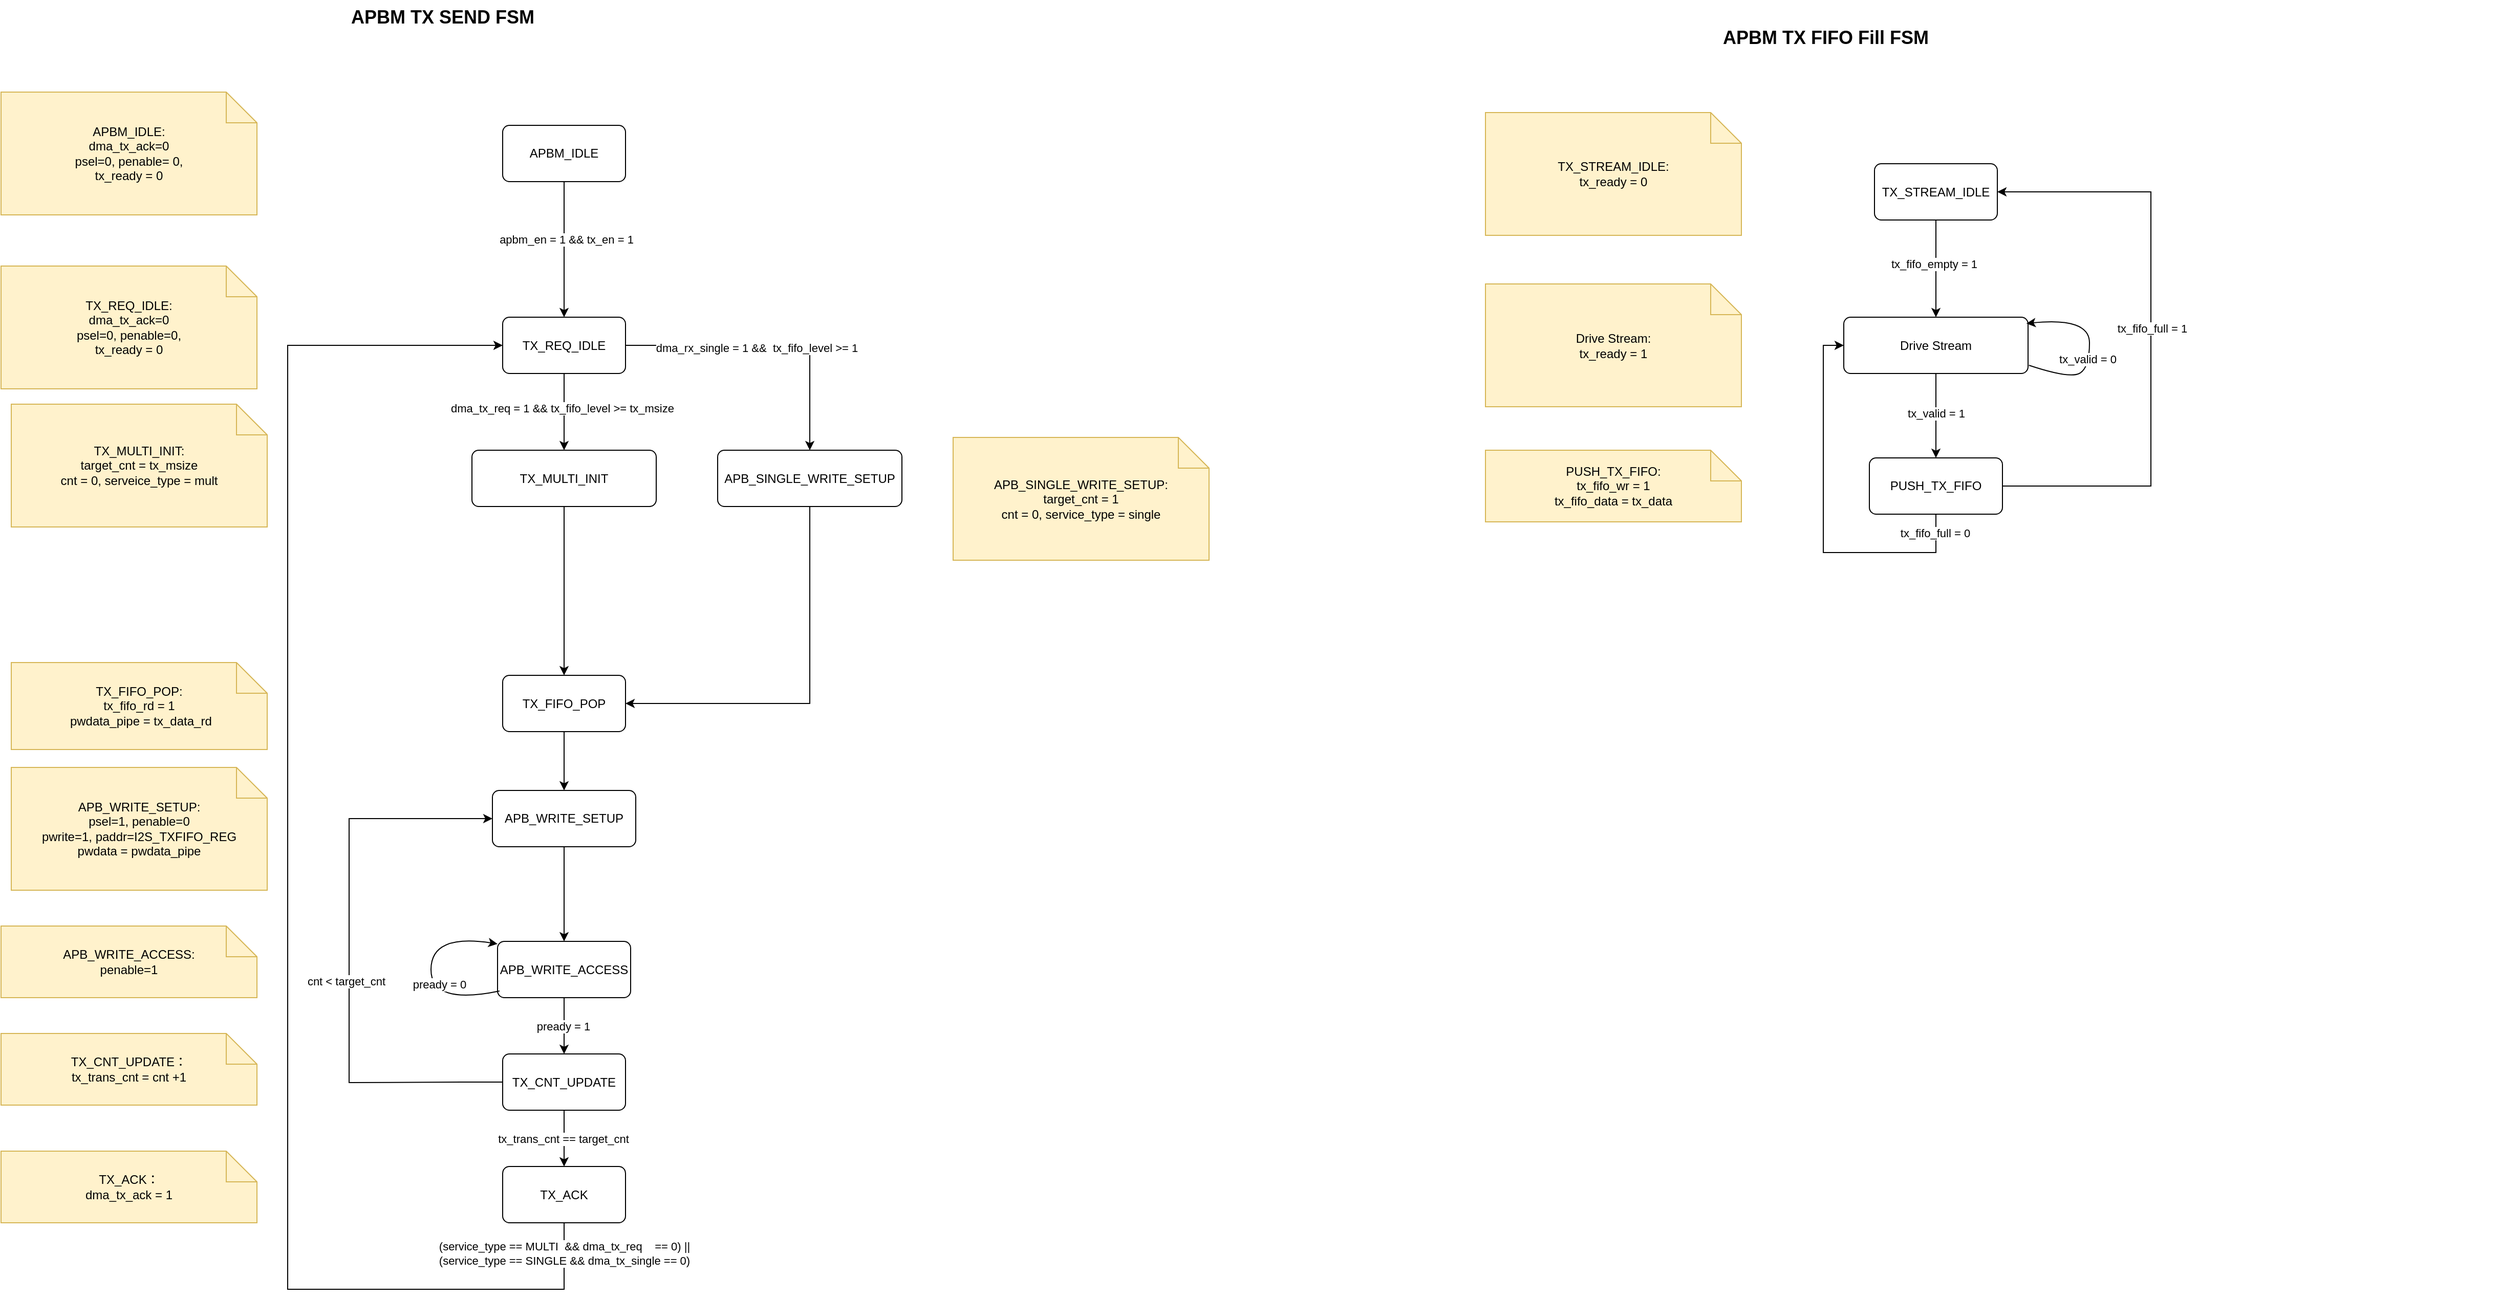
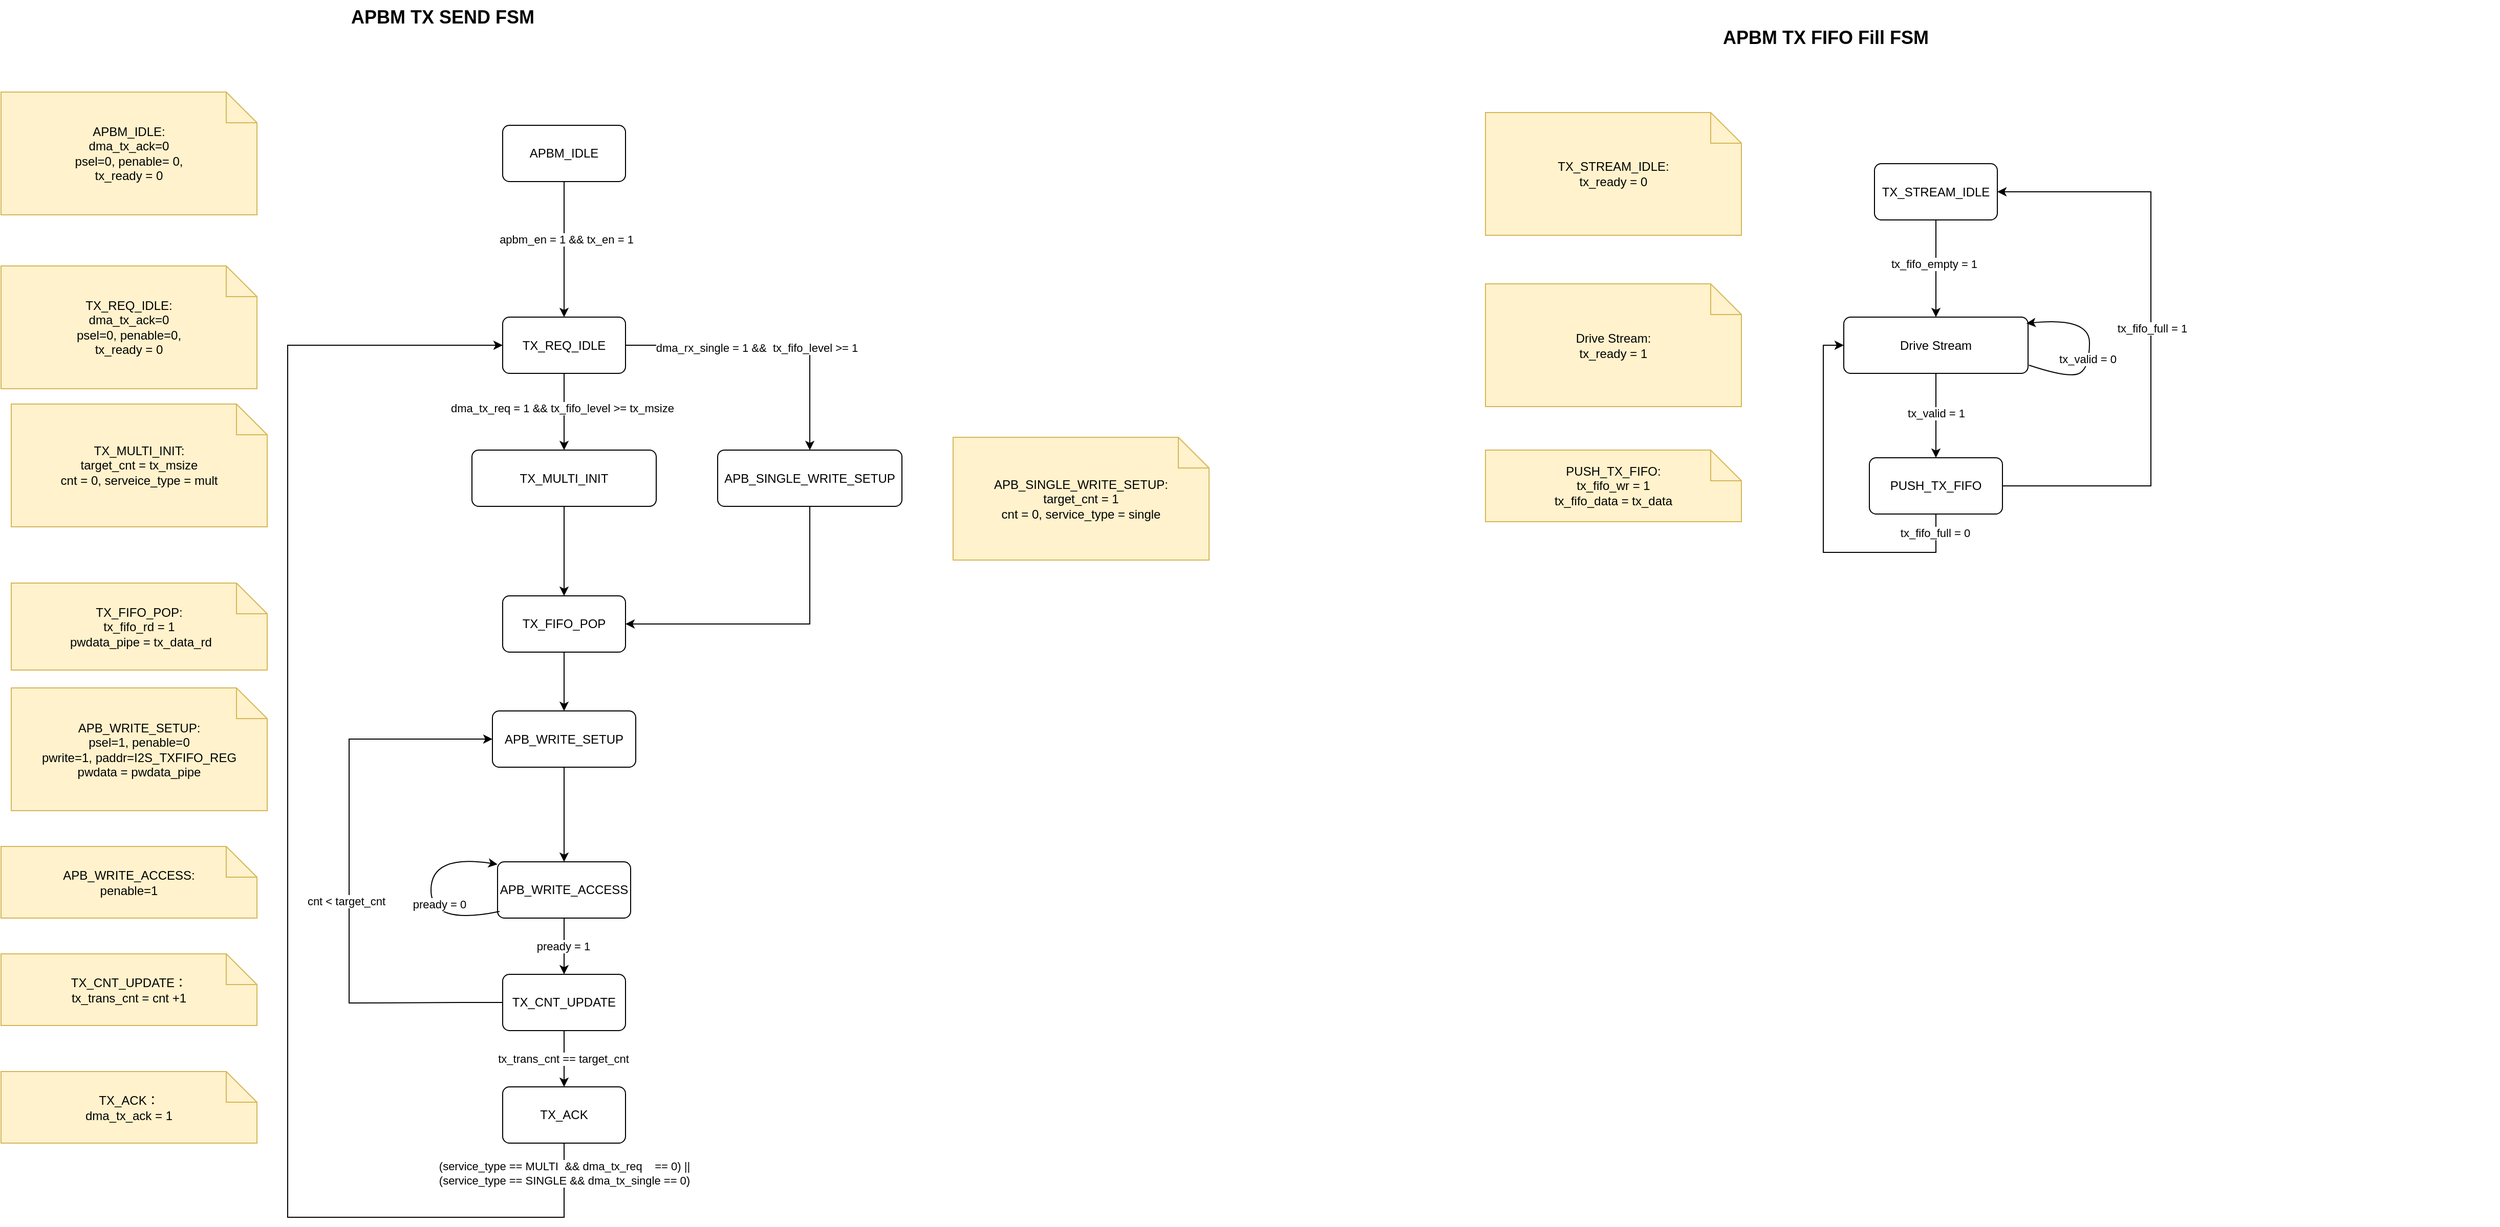
<mxfile host="app.diagrams.net">
  <diagram name="第 1 页" id="fH5n9Me7nUtPE_JYtTzi">
-     <mxGraphModel dx="860" dy="486" grid="1" gridSize="10" guides="1" tooltips="1" connect="1" arrows="1" fold="1" page="1" pageScale="1" pageWidth="827" pageHeight="1169" math="0" shadow="0">
+     <mxGraphModel dx="1935" dy="1093" grid="1" gridSize="10" guides="1" tooltips="1" connect="1" arrows="1" fold="1" page="1" pageScale="1" pageWidth="827" pageHeight="1169" math="0" shadow="0">
      <root>
        <mxCell id="0" />
        <mxCell id="1" parent="0" />
        <mxCell id="Ly1VW1kiYANL2SHkxWqd-1" parent="1" style="text;html=1;strokeColor=none;fillColor=none;fontSize=18;fontStyle=1;" value="APBM TX SEND FSM&amp;nbsp;&amp;nbsp;" vertex="1">
          <mxGeometry height="40" width="760" x="810" y="130" as="geometry" />
        </mxCell>
        <mxCell id="Ly1VW1kiYANL2SHkxWqd-2" parent="1" style="rounded=1;whiteSpace=wrap;html=1;arcSize=12;fillColor=#ffffff;strokeColor=#000000;" value="TX_REQ_IDLE" vertex="1">
          <mxGeometry height="55" width="120" x="960" y="440" as="geometry" />
        </mxCell>
        <mxCell id="Ly1VW1kiYANL2SHkxWqd-3" parent="1" style="rounded=1;whiteSpace=wrap;html=1;arcSize=12;fillColor=#ffffff;strokeColor=#000000;" value="APB_WRITE_SETUP" vertex="1">
-           <mxGeometry height="55" width="140" x="950" y="902.5" as="geometry" />
+           <mxGeometry height="55" width="140" x="950" y="825" as="geometry" />
        </mxCell>
        <mxCell id="Ly1VW1kiYANL2SHkxWqd-4" edge="1" parent="1" source="Ly1VW1kiYANL2SHkxWqd-2" style="endArrow=classic;html=1;rounded=0;exitX=0.5;exitY=1;exitDx=0;exitDy=0;entryX=0.5;entryY=0;entryDx=0;entryDy=0;" target="Ly1VW1kiYANL2SHkxWqd-40" value="">
          <mxGeometry height="50" relative="1" width="50" as="geometry">
            <mxPoint x="1040" y="560" as="sourcePoint" />
            <mxPoint x="1020" y="570" as="targetPoint" />
          </mxGeometry>
        </mxCell>
        <mxCell id="Ly1VW1kiYANL2SHkxWqd-5" connectable="0" parent="Ly1VW1kiYANL2SHkxWqd-4" style="edgeLabel;html=1;align=center;verticalAlign=middle;resizable=0;points=[];" value="dma_tx_req = 1 &amp;amp;&amp;amp; tx_fifo_level &amp;gt;= tx_msize" vertex="1">
          <mxGeometry relative="1" x="-0.0927" y="-2" as="geometry">
            <mxPoint as="offset" />
          </mxGeometry>
        </mxCell>
        <mxCell id="Ly1VW1kiYANL2SHkxWqd-6" parent="1" style="shape=note;whiteSpace=wrap;html=1;fillColor=#fff2cc;strokeColor=#d6b656;" value="APB_WRITE_SETUP:&lt;div&gt;psel=1, penable=0&lt;br&gt;pwrite=1, paddr=I2S_TXFIFO_REG&lt;/div&gt;&lt;div&gt;pwdata = pwdata_pipe&lt;/div&gt;" vertex="1">
-           <mxGeometry height="120" width="250" x="480" y="880" as="geometry" />
+           <mxGeometry height="120" width="250" x="480" y="802.5" as="geometry" />
        </mxCell>
        <mxCell id="Ly1VW1kiYANL2SHkxWqd-7" parent="1" style="rounded=1;whiteSpace=wrap;html=1;arcSize=12;fillColor=#ffffff;strokeColor=#000000;" value="APB_WRITE_ACCESS" vertex="1">
-           <mxGeometry height="55" width="130" x="955" y="1050" as="geometry" />
+           <mxGeometry height="55" width="130" x="955" y="972.5" as="geometry" />
        </mxCell>
        <mxCell id="Ly1VW1kiYANL2SHkxWqd-8" edge="1" parent="1" source="Ly1VW1kiYANL2SHkxWqd-3" style="endArrow=classic;html=1;rounded=0;exitX=0.5;exitY=1;exitDx=0;exitDy=0;entryX=0.5;entryY=0;entryDx=0;entryDy=0;" target="Ly1VW1kiYANL2SHkxWqd-7" value="">
          <mxGeometry height="50" relative="1" width="50" as="geometry">
-             <mxPoint x="1030" y="1032.5" as="sourcePoint" />
-             <mxPoint x="1080" y="982.5" as="targetPoint" />
+             <mxPoint x="1030" y="955" as="sourcePoint" />
+             <mxPoint x="1080" y="905" as="targetPoint" />
          </mxGeometry>
        </mxCell>
        <mxCell id="Ly1VW1kiYANL2SHkxWqd-9" parent="1" style="shape=note;whiteSpace=wrap;html=1;fillColor=#fff2cc;strokeColor=#d6b656;" value="APB_WRITE_ACCESS:&lt;br&gt;penable=1" vertex="1">
-           <mxGeometry height="70" width="250" x="470" y="1035" as="geometry" />
+           <mxGeometry height="70" width="250" x="470" y="957.5" as="geometry" />
        </mxCell>
        <mxCell id="Ly1VW1kiYANL2SHkxWqd-10" edge="1" parent="1" source="Ly1VW1kiYANL2SHkxWqd-7" style="curved=1;endArrow=classic;html=1;rounded=0;exitX=0.015;exitY=0.881;exitDx=0;exitDy=0;entryX=0;entryY=0;entryDx=0;entryDy=0;exitPerimeter=0;" value="">
          <mxGeometry height="50" relative="1" width="50" as="geometry">
            <Array as="points">
-               <mxPoint x="890" y="1112.5" />
-               <mxPoint x="890" y="1042.5" />
-             </Array>
-             <mxPoint x="955" y="1107.5" as="sourcePoint" />
-             <mxPoint x="955" y="1052.5" as="targetPoint" />
+               <mxPoint x="890" y="1035" />
+               <mxPoint x="890" y="965" />
+             </Array>
+             <mxPoint x="955" y="1030" as="sourcePoint" />
+             <mxPoint x="955" y="975" as="targetPoint" />
          </mxGeometry>
        </mxCell>
        <mxCell id="Ly1VW1kiYANL2SHkxWqd-11" connectable="0" parent="Ly1VW1kiYANL2SHkxWqd-10" style="edgeLabel;html=1;align=center;verticalAlign=middle;resizable=0;points=[];" value="pready = 0" vertex="1">
          <mxGeometry relative="1" x="-0.1215" y="-8" as="geometry">
            <mxPoint as="offset" />
          </mxGeometry>
        </mxCell>
        <mxCell id="Ly1VW1kiYANL2SHkxWqd-13" edge="1" parent="1" source="Ly1VW1kiYANL2SHkxWqd-7" style="endArrow=classic;html=1;rounded=0;exitX=0.5;exitY=1;exitDx=0;exitDy=0;entryX=0.5;entryY=0;entryDx=0;entryDy=0;" target="Ly1VW1kiYANL2SHkxWqd-47" value="">
          <mxGeometry height="50" relative="1" width="50" as="geometry">
-             <mxPoint x="1010" y="1182.5" as="sourcePoint" />
-             <mxPoint x="1020" y="1150" as="targetPoint" />
+             <mxPoint x="1010" y="1105" as="sourcePoint" />
+             <mxPoint x="1020" y="1072.5" as="targetPoint" />
          </mxGeometry>
        </mxCell>
        <mxCell id="Ly1VW1kiYANL2SHkxWqd-14" connectable="0" parent="Ly1VW1kiYANL2SHkxWqd-13" style="edgeLabel;html=1;align=center;verticalAlign=middle;resizable=0;points=[];" value="pready = 1" vertex="1">
          <mxGeometry relative="1" x="0.0089" y="-1" as="geometry">
            <mxPoint as="offset" />
          </mxGeometry>
        </mxCell>
        <mxCell id="Ly1VW1kiYANL2SHkxWqd-16" parent="1" style="rounded=1;whiteSpace=wrap;html=1;arcSize=12;fillColor=#ffffff;strokeColor=#000000;" value="TX_ACK" vertex="1">
-           <mxGeometry height="55" width="120" x="960" y="1270" as="geometry" />
+           <mxGeometry height="55" width="120" x="960" y="1192.5" as="geometry" />
        </mxCell>
        <mxCell id="Ly1VW1kiYANL2SHkxWqd-17" edge="1" parent="1" source="Ly1VW1kiYANL2SHkxWqd-47" style="endArrow=classic;html=1;rounded=0;exitX=0.5;exitY=1;exitDx=0;exitDy=0;entryX=0.5;entryY=0;entryDx=0;entryDy=0;" target="Ly1VW1kiYANL2SHkxWqd-16" value="">
          <mxGeometry height="50" relative="1" width="50" as="geometry">
-             <mxPoint x="1150.3600000000001" y="1105" as="sourcePoint" />
-             <mxPoint x="1150" y="1140" as="targetPoint" />
+             <mxPoint x="1150.3600000000001" y="1027.5" as="sourcePoint" />
+             <mxPoint x="1150" y="1062.5" as="targetPoint" />
          </mxGeometry>
        </mxCell>
        <mxCell id="Ly1VW1kiYANL2SHkxWqd-18" connectable="0" parent="Ly1VW1kiYANL2SHkxWqd-17" style="edgeLabel;html=1;align=center;verticalAlign=middle;resizable=0;points=[];" value="tx_trans_cnt == target_cnt" vertex="1">
          <mxGeometry relative="1" x="0.0089" y="-1" as="geometry">
            <mxPoint as="offset" />
          </mxGeometry>
        </mxCell>
        <mxCell id="Ly1VW1kiYANL2SHkxWqd-19" parent="1" style="shape=note;whiteSpace=wrap;html=1;fillColor=#fff2cc;strokeColor=#d6b656;" value="TX_ACK：&lt;div&gt;dma_tx_ack = 1&lt;/div&gt;" vertex="1">
-           <mxGeometry height="70" width="250" x="470" y="1255" as="geometry" />
+           <mxGeometry height="70" width="250" x="470" y="1177.5" as="geometry" />
        </mxCell>
        <mxCell id="Ly1VW1kiYANL2SHkxWqd-20" parent="1" style="shape=note;whiteSpace=wrap;html=1;fillColor=#fff2cc;strokeColor=#d6b656;" value="TX_REQ_IDLE:&lt;div&gt;dma_tx_ack=0&lt;/div&gt;&lt;div&gt;psel=0, penable=0,&lt;br&gt;&lt;/div&gt;&lt;div&gt;tx_ready = 0&lt;br&gt;&lt;/div&gt;" vertex="1">
          <mxGeometry height="120" width="250" x="470" y="390" as="geometry" />
        </mxCell>
        <mxCell id="Ly1VW1kiYANL2SHkxWqd-21" edge="1" parent="1" source="Ly1VW1kiYANL2SHkxWqd-16" style="endArrow=classic;html=1;rounded=0;exitX=0.5;exitY=1;exitDx=0;exitDy=0;edgeStyle=orthogonalEdgeStyle;entryX=0;entryY=0.5;entryDx=0;entryDy=0;" target="Ly1VW1kiYANL2SHkxWqd-2" value="">
          <mxGeometry height="50" relative="1" width="50" as="geometry">
            <Array as="points">
-               <mxPoint x="1020" y="1390" />
-               <mxPoint x="750" y="1390" />
-               <mxPoint x="750" y="467" />
+               <mxPoint x="1020" y="1320" />
+               <mxPoint x="750" y="1320" />
+               <mxPoint x="750" y="468" />
            </Array>
            <mxPoint x="909.95" y="1052.5" as="sourcePoint" />
            <mxPoint x="850" y="465" as="targetPoint" />
          </mxGeometry>
        </mxCell>
        <mxCell id="Ly1VW1kiYANL2SHkxWqd-22" connectable="0" parent="Ly1VW1kiYANL2SHkxWqd-21" style="edgeLabel;html=1;align=center;verticalAlign=middle;resizable=0;points=[];" value="&lt;div&gt;(service_type == MULTI&amp;nbsp; &amp;amp;&amp;amp; dma_tx_req&amp;nbsp; &amp;nbsp; == 0) ||&lt;/div&gt;&lt;div&gt;(service_type == SINGLE &amp;amp;&amp;amp; dma_tx_single == 0)&lt;/div&gt;" vertex="1">
          <mxGeometry relative="1" x="-0.9589" as="geometry">
            <mxPoint as="offset" />
          </mxGeometry>
        </mxCell>
        <mxCell id="Ly1VW1kiYANL2SHkxWqd-23" edge="1" parent="1" source="Ly1VW1kiYANL2SHkxWqd-2" style="endArrow=classic;html=1;rounded=0;exitX=1;exitY=0.5;exitDx=0;exitDy=0;edgeStyle=orthogonalEdgeStyle;entryX=0.5;entryY=0;entryDx=0;entryDy=0;" target="Ly1VW1kiYANL2SHkxWqd-25" value="">
          <mxGeometry height="50" relative="1" width="50" as="geometry">
            <mxPoint x="1250" y="540" as="sourcePoint" />
            <mxPoint x="1260" y="560" as="targetPoint" />
          </mxGeometry>
        </mxCell>
        <mxCell id="Ly1VW1kiYANL2SHkxWqd-24" connectable="0" parent="Ly1VW1kiYANL2SHkxWqd-23" style="edgeLabel;html=1;align=center;verticalAlign=middle;resizable=0;points=[];" value="dma_rx_single = 1 &amp;amp;&amp;amp;&amp;nbsp; tx_fifo_level &amp;gt;= 1" vertex="1">
          <mxGeometry relative="1" x="-0.0927" y="-2" as="geometry">
            <mxPoint as="offset" />
          </mxGeometry>
        </mxCell>
        <mxCell id="Ly1VW1kiYANL2SHkxWqd-25" parent="1" style="rounded=1;whiteSpace=wrap;html=1;arcSize=12;fillColor=#ffffff;strokeColor=#000000;" value="APB_SINGLE_WRITE_SETUP" vertex="1">
          <mxGeometry height="55" width="180" x="1170" y="570" as="geometry" />
        </mxCell>
        <mxCell id="Ly1VW1kiYANL2SHkxWqd-26" parent="1" style="shape=note;whiteSpace=wrap;html=1;fillColor=#fff2cc;strokeColor=#d6b656;" value="APB_SINGLE_WRITE_SETUP:&lt;div&gt;target_cnt = 1&lt;br&gt;cnt = 0, service_type = single&lt;/div&gt;" vertex="1">
          <mxGeometry height="120" width="250" x="1400" y="557.5" as="geometry" />
        </mxCell>
        <mxCell id="Ly1VW1kiYANL2SHkxWqd-27" edge="1" parent="1" source="Ly1VW1kiYANL2SHkxWqd-25" style="endArrow=classic;html=1;rounded=0;exitX=0.5;exitY=1;exitDx=0;exitDy=0;edgeStyle=orthogonalEdgeStyle;entryX=1;entryY=0.5;entryDx=0;entryDy=0;" target="Ly1VW1kiYANL2SHkxWqd-28" value="">
          <mxGeometry height="50" relative="1" width="50" as="geometry">
            <mxPoint x="1230" y="950" as="sourcePoint" />
            <mxPoint x="1090" y="705" as="targetPoint" />
          </mxGeometry>
        </mxCell>
        <mxCell id="Ly1VW1kiYANL2SHkxWqd-28" parent="1" style="rounded=1;whiteSpace=wrap;html=1;arcSize=12;fillColor=#ffffff;strokeColor=#000000;" value="TX_FIFO_POP" vertex="1">
-           <mxGeometry height="55" width="120" x="960" y="790" as="geometry" />
+           <mxGeometry height="55" width="120" x="960" y="712.5" as="geometry" />
        </mxCell>
        <mxCell id="Ly1VW1kiYANL2SHkxWqd-29" edge="1" parent="1" source="Ly1VW1kiYANL2SHkxWqd-40" style="endArrow=classic;html=1;rounded=0;entryX=0.5;entryY=0;entryDx=0;entryDy=0;exitX=0.5;exitY=1;exitDx=0;exitDy=0;" target="Ly1VW1kiYANL2SHkxWqd-28" value="">
          <mxGeometry height="50" relative="1" width="50" as="geometry">
            <mxPoint x="1010" y="630" as="sourcePoint" />
            <mxPoint x="1040" y="787.5" as="targetPoint" />
          </mxGeometry>
        </mxCell>
        <mxCell id="Ly1VW1kiYANL2SHkxWqd-33" parent="1" style="shape=note;whiteSpace=wrap;html=1;fillColor=#fff2cc;strokeColor=#d6b656;" value="TX_FIFO_POP:&lt;div&gt;tx_fifo_rd = 1&lt;br&gt;&lt;div&gt;&amp;nbsp;pwdata_pipe = tx_data_rd&lt;/div&gt;&lt;/div&gt;" vertex="1">
-           <mxGeometry height="85" width="250" x="480" y="777.5" as="geometry" />
+           <mxGeometry height="85" width="250" x="480" y="700" as="geometry" />
        </mxCell>
        <mxCell id="Ly1VW1kiYANL2SHkxWqd-34" parent="1" style="rounded=1;whiteSpace=wrap;html=1;arcSize=12;fillColor=#ffffff;strokeColor=#000000;" value="APBM_IDLE" vertex="1">
          <mxGeometry height="55" width="120" x="960" y="252.5" as="geometry" />
        </mxCell>
        <mxCell id="Ly1VW1kiYANL2SHkxWqd-35" edge="1" parent="1" source="Ly1VW1kiYANL2SHkxWqd-34" style="endArrow=classic;html=1;rounded=0;exitX=0.5;exitY=1;exitDx=0;exitDy=0;" target="Ly1VW1kiYANL2SHkxWqd-2" value="">
          <mxGeometry height="50" relative="1" width="50" as="geometry">
            <mxPoint x="1060" y="360" as="sourcePoint" />
            <mxPoint x="1110" y="310" as="targetPoint" />
          </mxGeometry>
        </mxCell>
        <mxCell id="Ly1VW1kiYANL2SHkxWqd-36" connectable="0" parent="Ly1VW1kiYANL2SHkxWqd-35" style="edgeLabel;html=1;align=center;verticalAlign=middle;resizable=0;points=[];" value="apbm_en = 1 &amp;amp;&amp;amp; tx_en = 1" vertex="1">
          <mxGeometry relative="1" x="-0.1446" y="2" as="geometry">
            <mxPoint as="offset" />
          </mxGeometry>
        </mxCell>
        <mxCell id="Ly1VW1kiYANL2SHkxWqd-37" parent="1" style="shape=note;whiteSpace=wrap;html=1;fillColor=#fff2cc;strokeColor=#d6b656;" value="APBM_IDLE:&lt;div&gt;dma_tx_ack=0&lt;/div&gt;&lt;div&gt;psel=0, penable= 0,&lt;br&gt;&lt;/div&gt;&lt;div&gt;tx_ready = 0&lt;/div&gt;" vertex="1">
          <mxGeometry height="120" width="250" x="470" y="220" as="geometry" />
        </mxCell>
        <mxCell id="Ly1VW1kiYANL2SHkxWqd-38" edge="1" parent="1" source="Ly1VW1kiYANL2SHkxWqd-47" style="endArrow=classic;html=1;rounded=0;edgeStyle=orthogonalEdgeStyle;entryX=0;entryY=0.5;entryDx=0;entryDy=0;exitX=0;exitY=0.5;exitDx=0;exitDy=0;" target="Ly1VW1kiYANL2SHkxWqd-3" value="">
          <mxGeometry height="50" relative="1" width="50" as="geometry">
            <Array as="points">
-               <mxPoint x="920" y="1187" />
-               <mxPoint x="810" y="1188" />
-               <mxPoint x="810" y="930" />
-             </Array>
-             <mxPoint x="920" y="1150" as="sourcePoint" />
-             <mxPoint x="800" y="810" as="targetPoint" />
+               <mxPoint x="920" y="1109.5" />
+               <mxPoint x="810" y="1110.5" />
+               <mxPoint x="810" y="852.5" />
+             </Array>
+             <mxPoint x="920" y="1072.5" as="sourcePoint" />
+             <mxPoint x="800" y="732.5" as="targetPoint" />
          </mxGeometry>
        </mxCell>
        <mxCell id="Ly1VW1kiYANL2SHkxWqd-39" connectable="0" parent="Ly1VW1kiYANL2SHkxWqd-38" style="edgeLabel;html=1;align=center;verticalAlign=middle;resizable=0;points=[];" value="cnt &amp;lt; target_cnt" vertex="1">
          <mxGeometry relative="1" x="-0.0902" y="3" as="geometry">
            <mxPoint as="offset" />
          </mxGeometry>
        </mxCell>
        <mxCell id="Ly1VW1kiYANL2SHkxWqd-40" parent="1" style="rounded=1;whiteSpace=wrap;html=1;arcSize=12;fillColor=#ffffff;strokeColor=#000000;" value="TX_MULTI_INIT" vertex="1">
          <mxGeometry height="55" width="180" x="930" y="570" as="geometry" />
        </mxCell>
        <mxCell id="Ly1VW1kiYANL2SHkxWqd-42" parent="1" style="shape=note;whiteSpace=wrap;html=1;fillColor=#fff2cc;strokeColor=#d6b656;" value="TX_MULTI_INIT:&lt;div&gt;target_cnt = tx_msize&lt;br&gt;cnt = 0, serveice_type = mult&lt;/div&gt;" vertex="1">
          <mxGeometry height="120" width="250" x="480" y="525" as="geometry" />
        </mxCell>
        <mxCell id="Ly1VW1kiYANL2SHkxWqd-45" edge="1" parent="1" source="Ly1VW1kiYANL2SHkxWqd-28" style="endArrow=classic;html=1;rounded=0;exitX=0.5;exitY=1;exitDx=0;exitDy=0;" target="Ly1VW1kiYANL2SHkxWqd-3" value="">
          <mxGeometry height="50" relative="1" width="50" as="geometry">
-             <mxPoint x="1019.5699999999999" y="845" as="sourcePoint" />
-             <mxPoint x="1019.5699999999999" y="902" as="targetPoint" />
+             <mxPoint x="1019.5699999999999" y="767.5" as="sourcePoint" />
+             <mxPoint x="1019.5699999999999" y="824.5" as="targetPoint" />
          </mxGeometry>
        </mxCell>
        <mxCell id="Ly1VW1kiYANL2SHkxWqd-47" parent="1" style="rounded=1;whiteSpace=wrap;html=1;arcSize=12;fillColor=#ffffff;strokeColor=#000000;" value="TX_CNT_UPDATE" vertex="1">
-           <mxGeometry height="55" width="120" x="960" y="1160" as="geometry" />
+           <mxGeometry height="55" width="120" x="960" y="1082.5" as="geometry" />
        </mxCell>
        <mxCell id="Ly1VW1kiYANL2SHkxWqd-48" parent="1" style="shape=note;whiteSpace=wrap;html=1;fillColor=#fff2cc;strokeColor=#d6b656;" value="TX_CNT_UPDATE：&lt;div&gt;tx_trans_cnt = cnt +1&lt;/div&gt;" vertex="1">
-           <mxGeometry height="70" width="250" x="470" y="1140" as="geometry" />
+           <mxGeometry height="70" width="250" x="470" y="1062.5" as="geometry" />
        </mxCell>
        <mxCell id="Ly1VW1kiYANL2SHkxWqd-49" parent="1" style="text;html=1;strokeColor=none;fillColor=none;fontSize=18;fontStyle=1;" value="APBM TX FIFO Fill FSM&amp;nbsp;&amp;nbsp;" vertex="1">
          <mxGeometry height="40" width="760" x="2150" y="150" as="geometry" />
        </mxCell>
        <mxCell id="Ly1VW1kiYANL2SHkxWqd-50" parent="1" style="rounded=1;whiteSpace=wrap;html=1;arcSize=12;fillColor=#ffffff;strokeColor=#000000;" value="TX_STREAM_IDLE" vertex="1">
          <mxGeometry height="55" width="120" x="2300" y="290" as="geometry" />
        </mxCell>
        <mxCell id="Ly1VW1kiYANL2SHkxWqd-51" parent="1" style="rounded=1;whiteSpace=wrap;html=1;arcSize=12;fillColor=#ffffff;strokeColor=#000000;" value="Drive Stream" vertex="1">
          <mxGeometry height="55" width="180" x="2270" y="440" as="geometry" />
        </mxCell>
        <mxCell id="Ly1VW1kiYANL2SHkxWqd-52" edge="1" parent="1" source="Ly1VW1kiYANL2SHkxWqd-50" style="endArrow=classic;html=1;rounded=0;exitX=0.5;exitY=1;exitDx=0;exitDy=0;entryX=0.5;entryY=0;entryDx=0;entryDy=0;" target="Ly1VW1kiYANL2SHkxWqd-51" value="">
          <mxGeometry height="50" relative="1" width="50" as="geometry">
            <mxPoint x="2380" y="410" as="sourcePoint" />
            <mxPoint x="2430" y="360" as="targetPoint" />
          </mxGeometry>
        </mxCell>
        <mxCell id="Ly1VW1kiYANL2SHkxWqd-53" connectable="0" parent="Ly1VW1kiYANL2SHkxWqd-52" style="edgeLabel;html=1;align=center;verticalAlign=middle;resizable=0;points=[];" value="tx_fifo_empty = 1" vertex="1">
          <mxGeometry relative="1" x="-0.0927" y="-2" as="geometry">
            <mxPoint as="offset" />
          </mxGeometry>
        </mxCell>
        <mxCell id="Ly1VW1kiYANL2SHkxWqd-54" parent="1" style="shape=note;whiteSpace=wrap;html=1;fillColor=#fff2cc;strokeColor=#d6b656;" value="Drive Stream:&lt;div&gt;tx_ready = 1&lt;/div&gt;" vertex="1">
          <mxGeometry height="120" width="250" x="1920" y="407.5" as="geometry" />
        </mxCell>
        <mxCell id="Ly1VW1kiYANL2SHkxWqd-55" parent="1" style="rounded=1;whiteSpace=wrap;html=1;arcSize=12;fillColor=#ffffff;strokeColor=#000000;" value="PUSH_TX_FIFO" vertex="1">
          <mxGeometry height="55" width="130" x="2295" y="577.5" as="geometry" />
        </mxCell>
        <mxCell id="Ly1VW1kiYANL2SHkxWqd-56" edge="1" parent="1" source="Ly1VW1kiYANL2SHkxWqd-51" style="endArrow=classic;html=1;rounded=0;exitX=0.5;exitY=1;exitDx=0;exitDy=0;entryX=0.5;entryY=0;entryDx=0;entryDy=0;" target="Ly1VW1kiYANL2SHkxWqd-55" value="">
          <mxGeometry height="50" relative="1" width="50" as="geometry">
            <mxPoint x="2370" y="560" as="sourcePoint" />
            <mxPoint x="2420" y="510" as="targetPoint" />
          </mxGeometry>
        </mxCell>
        <mxCell id="Ly1VW1kiYANL2SHkxWqd-57" connectable="0" parent="Ly1VW1kiYANL2SHkxWqd-56" style="edgeLabel;html=1;align=center;verticalAlign=middle;resizable=0;points=[];" value="tx_valid = 1" vertex="1">
          <mxGeometry relative="1" x="-0.0537" as="geometry">
            <mxPoint as="offset" />
          </mxGeometry>
        </mxCell>
        <mxCell id="Ly1VW1kiYANL2SHkxWqd-58" parent="1" style="shape=note;whiteSpace=wrap;html=1;fillColor=#fff2cc;strokeColor=#d6b656;" value="PUSH_TX_FIFO:&lt;div&gt;tx_fifo_wr = 1&lt;/div&gt;&lt;div&gt;tx_fifo_data = tx_data&lt;/div&gt;" vertex="1">
          <mxGeometry height="70" width="250" x="1920" y="570" as="geometry" />
        </mxCell>
        <mxCell id="Ly1VW1kiYANL2SHkxWqd-59" parent="1" style="shape=note;whiteSpace=wrap;html=1;fillColor=#fff2cc;strokeColor=#d6b656;" value="TX_STREAM_IDLE:&lt;div&gt;tx_ready = 0&lt;/div&gt;" vertex="1">
          <mxGeometry height="120" width="250" x="1920" y="240" as="geometry" />
        </mxCell>
        <mxCell id="Ly1VW1kiYANL2SHkxWqd-60" edge="1" parent="1" source="Ly1VW1kiYANL2SHkxWqd-55" style="endArrow=classic;html=1;rounded=0;exitX=0.5;exitY=1;exitDx=0;exitDy=0;entryX=0;entryY=0.5;entryDx=0;entryDy=0;edgeStyle=orthogonalEdgeStyle;" target="Ly1VW1kiYANL2SHkxWqd-51" value="">
          <mxGeometry height="50" relative="1" width="50" as="geometry">
            <Array as="points">
              <mxPoint x="2360" y="670" />
              <mxPoint x="2250" y="670" />
              <mxPoint x="2250" y="468" />
            </Array>
            <mxPoint x="2550" y="570" as="sourcePoint" />
            <mxPoint x="2600" y="520" as="targetPoint" />
          </mxGeometry>
        </mxCell>
        <mxCell id="Ly1VW1kiYANL2SHkxWqd-61" connectable="0" parent="Ly1VW1kiYANL2SHkxWqd-60" style="edgeLabel;html=1;align=center;verticalAlign=middle;resizable=0;points=[];" value="tx_fifo_full = 0" vertex="1">
          <mxGeometry relative="1" x="-0.9016" y="-1" as="geometry">
            <mxPoint as="offset" />
          </mxGeometry>
        </mxCell>
        <mxCell id="Ly1VW1kiYANL2SHkxWqd-62" edge="1" parent="1" source="Ly1VW1kiYANL2SHkxWqd-55" style="endArrow=classic;html=1;rounded=0;exitX=1;exitY=0.5;exitDx=0;exitDy=0;entryX=1;entryY=0.5;entryDx=0;entryDy=0;edgeStyle=orthogonalEdgeStyle;" target="Ly1VW1kiYANL2SHkxWqd-50" value="">
          <mxGeometry height="50" relative="1" width="50" as="geometry">
            <Array as="points">
              <mxPoint x="2570" y="605" />
              <mxPoint x="2570" y="318" />
            </Array>
            <mxPoint x="2510" y="600" as="sourcePoint" />
            <mxPoint x="2560" y="550" as="targetPoint" />
          </mxGeometry>
        </mxCell>
        <mxCell id="Ly1VW1kiYANL2SHkxWqd-63" connectable="0" parent="Ly1VW1kiYANL2SHkxWqd-62" style="edgeLabel;html=1;align=center;verticalAlign=middle;resizable=0;points=[];" value="tx_fifo_full = 1" vertex="1">
          <mxGeometry relative="1" x="0.0267" y="-1" as="geometry">
            <mxPoint as="offset" />
          </mxGeometry>
        </mxCell>
        <mxCell id="Ly1VW1kiYANL2SHkxWqd-64" edge="1" parent="1" source="Ly1VW1kiYANL2SHkxWqd-51" style="curved=1;endArrow=classic;html=1;rounded=0;entryX=0.991;entryY=0.112;entryDx=0;entryDy=0;exitX=1.005;exitY=0.854;exitDx=0;exitDy=0;exitPerimeter=0;entryPerimeter=0;" target="Ly1VW1kiYANL2SHkxWqd-51" value="">
          <mxGeometry height="50" relative="1" width="50" as="geometry">
            <Array as="points">
              <mxPoint x="2490" y="500" />
              <mxPoint x="2510" y="490" />
              <mxPoint x="2510" y="440" />
            </Array>
            <mxPoint x="2460" y="560" as="sourcePoint" />
            <mxPoint x="2510" y="510" as="targetPoint" />
          </mxGeometry>
        </mxCell>
        <mxCell id="Ly1VW1kiYANL2SHkxWqd-65" connectable="0" parent="Ly1VW1kiYANL2SHkxWqd-64" style="edgeLabel;html=1;align=center;verticalAlign=middle;resizable=0;points=[];" value="tx_valid = 0" vertex="1">
          <mxGeometry relative="1" x="-0.1698" y="2" as="geometry">
            <mxPoint as="offset" />
          </mxGeometry>
        </mxCell>
      </root>
    </mxGraphModel>
  </diagram>
</mxfile>
